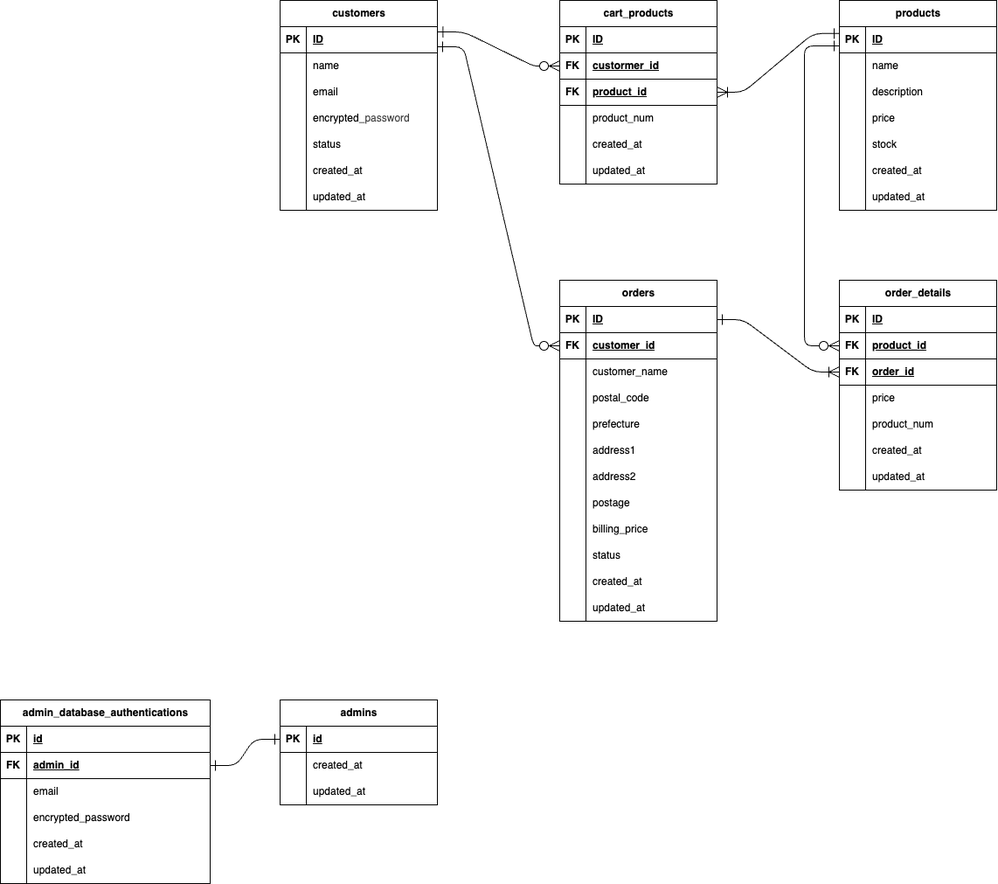
The draw.io diagram .docs/er_diagram.drawio.png in yamaga-shu/rails-ec, before a commit. Source tidied: cells renumbered, new cells last; positions are measured from the earlier drawing's top-left corner, leaving out a move shared by most shapes.
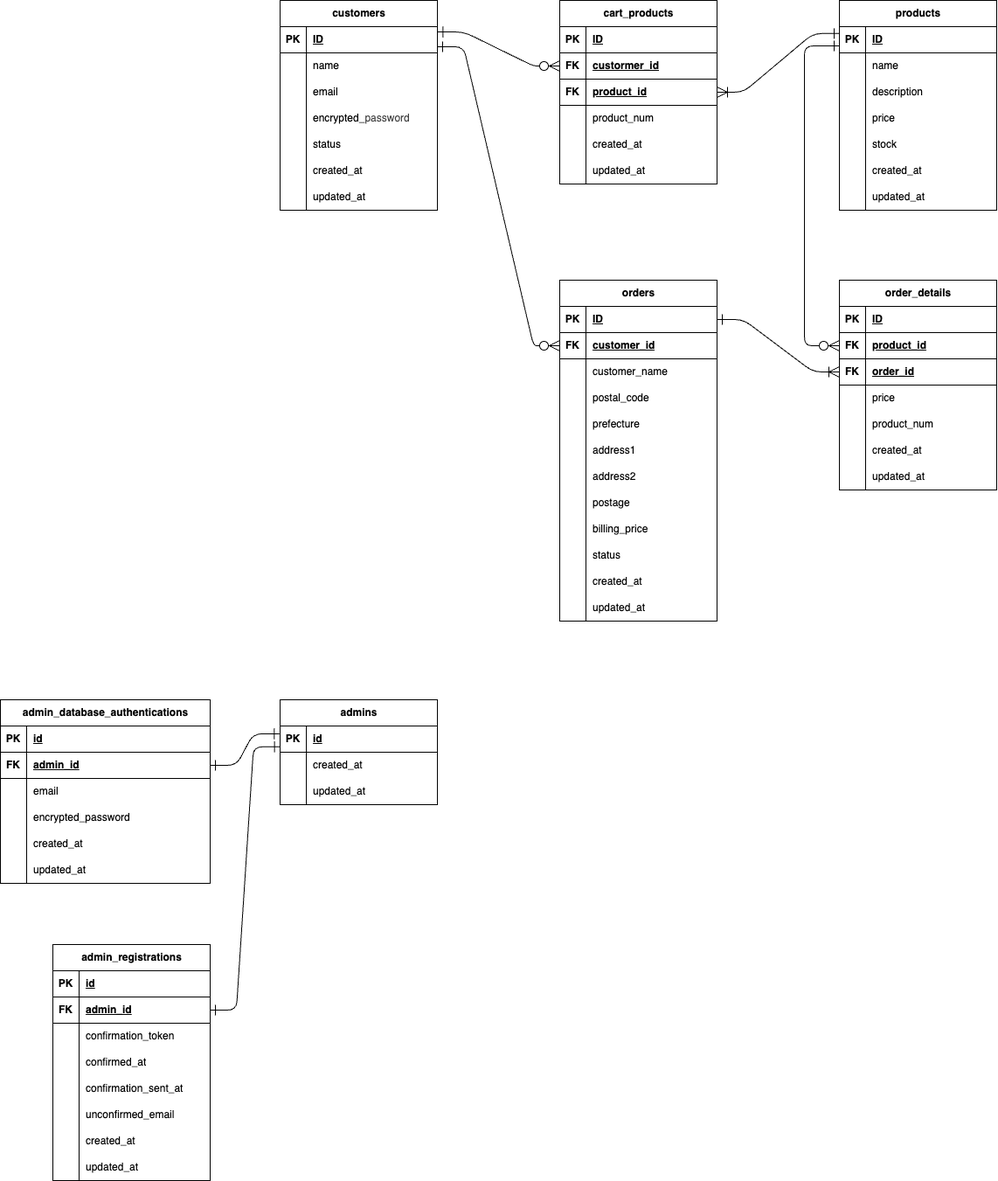
After the commit.

Commit message:
Create Admin::Registration

The edit, as a diff of the source:
```diff
@@ -477,8 +477,86 @@
     <mxCell id="157" value="updated_at" style="shape=partialRectangle;fillColor=none;top=0;left=0;bottom=0;right=0;align=left;spacingLeft=6;overflow=hidden;whiteSpace=wrap;html=1;" parent="155" vertex="1">
       <mxGeometry x="30" width="210" height="30" as="geometry" />
     </mxCell>
-    <mxCell id="158" style="endArrow=ERone;html=1;entryX=0;entryY=0.5;entryDx=0;entryDy=0;exitX=1;exitY=0.5;exitDx=0;exitDy=0;edgeStyle=entityRelationEdgeStyle;startArrow=ERone;startFill=0;endFill=0;endSize=10;startSize=10;" parent="1" edge="1" source="143" target="130">
+    <mxCell id="158" style="endArrow=ERone;html=1;entryX=-0.004;entryY=0.298;entryDx=0;entryDy=0;exitX=1;exitY=0.5;exitDx=0;exitDy=0;edgeStyle=entityRelationEdgeStyle;startArrow=ERone;startFill=0;endFill=0;endSize=10;startSize=10;entryPerimeter=0;" parent="1" edge="1" source="143" target="130">
       <mxGeometry relative="1" as="geometry" />
     </mxCell>
+    <mxCell id="159" value="admin_registrations" style="shape=table;startSize=30;rowLines=0;fontStyle=1;align=center;html=1;" parent="1" vertex="1">
+      <mxGeometry x="60" y="1080" width="180" height="270" as="geometry" />
+    </mxCell>
+    <mxCell id="160" style="shape=tableRow;horizontal=0;startSize=0;swimlaneHead=0;swimlaneBody=0;fillColor=none;top=0;left=0;right=0;bottom=1;" parent="159" vertex="1">
+      <mxGeometry y="30" width="180" height="30" as="geometry" />
+    </mxCell>
+    <mxCell id="161" value="PK" style="shape=partialRectangle;fillColor=none;top=0;left=0;bottom=0;right=0;fontStyle=1;overflow=hidden;whiteSpace=wrap;html=1;" parent="160" vertex="1">
+      <mxGeometry width="30" height="30" as="geometry" />
+    </mxCell>
+    <mxCell id="162" value="id" style="shape=partialRectangle;fillColor=none;top=0;left=0;bottom=0;right=0;align=left;spacingLeft=6;fontStyle=5;overflow=hidden;whiteSpace=wrap;html=1;" parent="160" vertex="1">
+      <mxGeometry x="30" width="150" height="30" as="geometry" />
+    </mxCell>
+    <mxCell id="163" style="shape=tableRow;horizontal=0;startSize=0;swimlaneHead=0;swimlaneBody=0;fillColor=none;points=[[0,0.5],[1,0.5]];portConstraint=eastwest;top=0;left=0;right=0;bottom=1;" parent="159" vertex="1">
+      <mxGeometry y="60" width="180" height="30" as="geometry" />
+    </mxCell>
+    <mxCell id="164" value="FK" style="shape=partialRectangle;fillColor=none;top=0;left=0;bottom=0;right=0;fontStyle=1;overflow=hidden;whiteSpace=wrap;html=1;" parent="163" vertex="1">
+      <mxGeometry width="30" height="30" as="geometry" />
+    </mxCell>
+    <mxCell id="165" value="admin_id" style="shape=partialRectangle;fillColor=none;top=0;left=0;bottom=0;right=0;align=left;spacingLeft=6;fontStyle=5;overflow=hidden;whiteSpace=wrap;html=1;" parent="163" vertex="1">
+      <mxGeometry x="30" width="150" height="30" as="geometry" />
+    </mxCell>
+    <mxCell id="166" style="shape=tableRow;horizontal=0;startSize=0;swimlaneHead=0;swimlaneBody=0;fillColor=none;top=0;left=0;right=0;bottom=0;" parent="159" vertex="1">
+      <mxGeometry y="90" width="180" height="30" as="geometry" />
+    </mxCell>
+    <mxCell id="167" style="shape=partialRectangle;fillColor=none;top=0;left=0;bottom=0;right=0;overflow=hidden;whiteSpace=wrap;html=1;" parent="166" vertex="1">
+      <mxGeometry width="30" height="30" as="geometry" />
+    </mxCell>
+    <mxCell id="168" value="confirmation_token" style="shape=partialRectangle;fillColor=none;top=0;left=0;bottom=0;right=0;align=left;spacingLeft=6;overflow=hidden;whiteSpace=wrap;html=1;" parent="166" vertex="1">
+      <mxGeometry x="30" width="150" height="30" as="geometry" />
+    </mxCell>
+    <mxCell id="169" style="shape=tableRow;horizontal=0;startSize=0;swimlaneHead=0;swimlaneBody=0;fillColor=none;top=0;left=0;right=0;bottom=0;" parent="159" vertex="1">
+      <mxGeometry y="120" width="180" height="30" as="geometry" />
+    </mxCell>
+    <mxCell id="170" style="shape=partialRectangle;fillColor=none;top=0;left=0;bottom=0;right=0;overflow=hidden;whiteSpace=wrap;html=1;" parent="169" vertex="1">
+      <mxGeometry width="30" height="30" as="geometry" />
+    </mxCell>
+    <mxCell id="171" value="confirmed_at" style="shape=partialRectangle;fillColor=none;top=0;left=0;bottom=0;right=0;align=left;spacingLeft=6;overflow=hidden;whiteSpace=wrap;html=1;" parent="169" vertex="1">
+      <mxGeometry x="30" width="150" height="30" as="geometry" />
+    </mxCell>
+    <mxCell id="172" style="shape=tableRow;horizontal=0;startSize=0;swimlaneHead=0;swimlaneBody=0;fillColor=none;top=0;left=0;right=0;bottom=0;" parent="159" vertex="1">
+      <mxGeometry y="150" width="180" height="30" as="geometry" />
+    </mxCell>
+    <mxCell id="173" style="shape=partialRectangle;fillColor=none;top=0;left=0;bottom=0;right=0;overflow=hidden;whiteSpace=wrap;html=1;" parent="172" vertex="1">
+      <mxGeometry width="30" height="30" as="geometry" />
+    </mxCell>
+    <mxCell id="174" value="confirmation_sent_at" style="shape=partialRectangle;fillColor=none;top=0;left=0;bottom=0;right=0;align=left;spacingLeft=6;overflow=hidden;whiteSpace=wrap;html=1;" parent="172" vertex="1">
+      <mxGeometry x="30" width="150" height="30" as="geometry" />
+    </mxCell>
+    <mxCell id="175" style="shape=tableRow;horizontal=0;startSize=0;swimlaneHead=0;swimlaneBody=0;fillColor=none;top=0;left=0;right=0;bottom=0;" parent="159" vertex="1">
+      <mxGeometry y="180" width="180" height="30" as="geometry" />
+    </mxCell>
+    <mxCell id="176" style="shape=partialRectangle;fillColor=none;top=0;left=0;bottom=0;right=0;overflow=hidden;whiteSpace=wrap;html=1;" parent="175" vertex="1">
+      <mxGeometry width="30" height="30" as="geometry" />
+    </mxCell>
+    <mxCell id="177" value="unconfirmed_email" style="shape=partialRectangle;fillColor=none;top=0;left=0;bottom=0;right=0;align=left;spacingLeft=6;overflow=hidden;whiteSpace=wrap;html=1;" parent="175" vertex="1">
+      <mxGeometry x="30" width="150" height="30" as="geometry" />
+    </mxCell>
+    <mxCell id="178" style="shape=tableRow;horizontal=0;startSize=0;swimlaneHead=0;swimlaneBody=0;fillColor=none;top=0;left=0;right=0;bottom=0;" parent="159" vertex="1">
+      <mxGeometry y="210" width="180" height="30" as="geometry" />
+    </mxCell>
+    <mxCell id="179" style="shape=partialRectangle;fillColor=none;top=0;left=0;bottom=0;right=0;overflow=hidden;whiteSpace=wrap;html=1;" parent="178" vertex="1">
+      <mxGeometry width="30" height="30" as="geometry" />
+    </mxCell>
+    <mxCell id="180" value="created_at" style="shape=partialRectangle;fillColor=none;top=0;left=0;bottom=0;right=0;align=left;spacingLeft=6;overflow=hidden;whiteSpace=wrap;html=1;" parent="178" vertex="1">
+      <mxGeometry x="30" width="150" height="30" as="geometry" />
+    </mxCell>
+    <mxCell id="181" style="shape=tableRow;horizontal=0;startSize=0;swimlaneHead=0;swimlaneBody=0;fillColor=none;top=0;left=0;right=0;bottom=0;" parent="159" vertex="1">
+      <mxGeometry y="240" width="180" height="30" as="geometry" />
+    </mxCell>
+    <mxCell id="182" style="shape=partialRectangle;fillColor=none;top=0;left=0;bottom=0;right=0;overflow=hidden;whiteSpace=wrap;html=1;" parent="181" vertex="1">
+      <mxGeometry width="30" height="30" as="geometry" />
+    </mxCell>
+    <mxCell id="183" value="updated_at" style="shape=partialRectangle;fillColor=none;top=0;left=0;bottom=0;right=0;align=left;spacingLeft=6;overflow=hidden;whiteSpace=wrap;html=1;" parent="181" vertex="1">
+      <mxGeometry x="30" width="150" height="30" as="geometry" />
+    </mxCell>
+    <mxCell id="184" style="endArrow=ERone;html=1;entryX=-0.002;entryY=0.794;entryDx=0;entryDy=0;entryPerimeter=0;exitX=1;exitY=0.5;exitDx=0;exitDy=0;edgeStyle=entityRelationEdgeStyle;startArrow=ERone;startFill=0;endFill=0;endSize=10;startSize=10;" parent="1" edge="1" source="163" target="130">
+      <mxGeometry relative="1" as="geometry" />
+    </mxCell>
   </root>
 </mxGraphModel>
```
